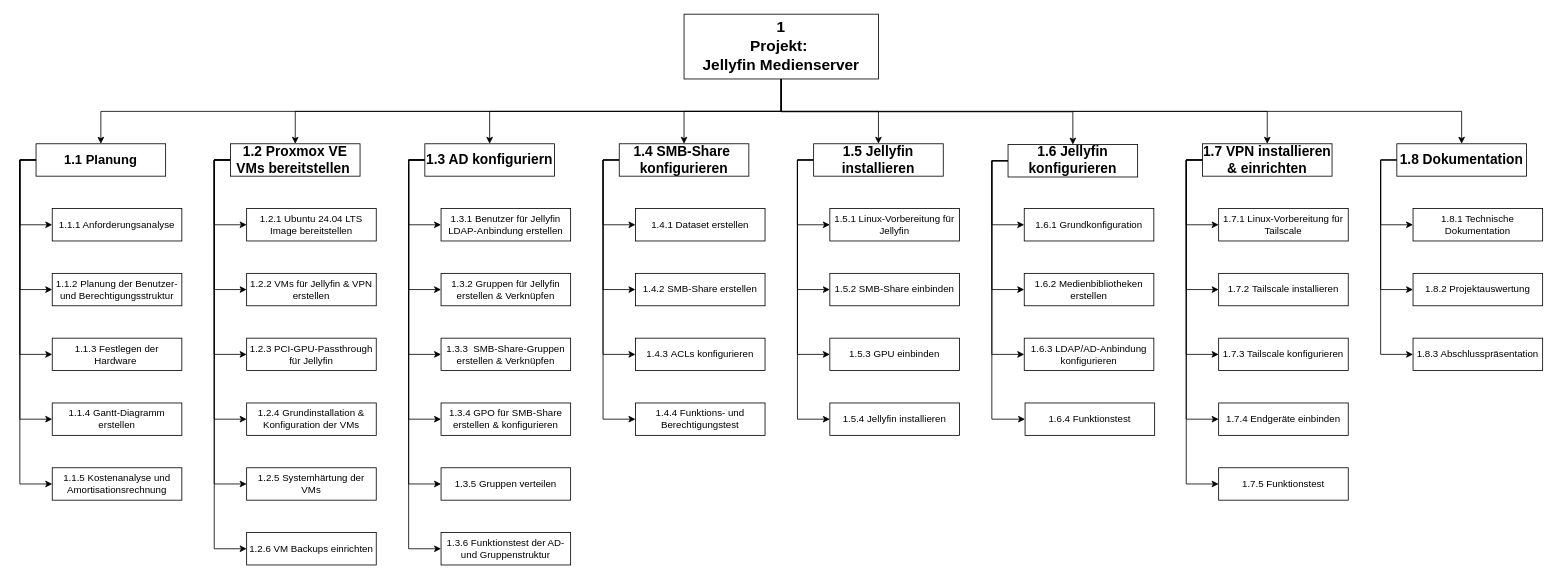
Earlier version of the draw.io diagram Schulprojekt/Projektstrukturplan_Thomas_Hartl.drawio (Hartl14/Projects). Source tidied: cells renumbered, new cells numbered last; positions are measured from the earlier drawing's top-left corner, leaving out a move shared by most shapes. Both pictures are drawn from the tidied source at 81%, with x=0, y=0 at pixel (36, 14).
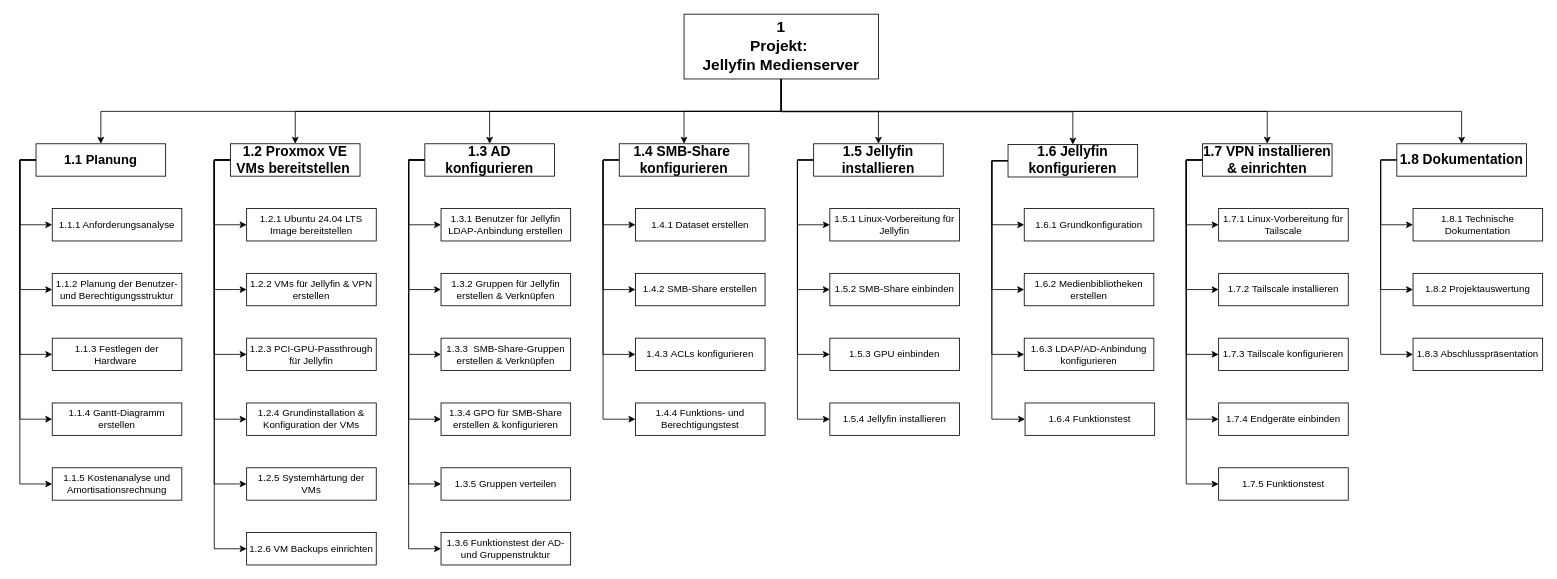
After the change.

What changed in the source:
```diff
@@
-    <mxCell id="21" value="1.3 AD konfiguriern" style="rounded=0;whiteSpace=wrap;html=1;fontSize=17;fontStyle=1;" parent="1" vertex="1">
+    <mxCell id="21" value="1.3 AD konfigurieren" style="rounded=0;whiteSpace=wrap;html=1;fontSize=17;fontStyle=1;" parent="1" vertex="1">
       <mxGeometry x="480" y="160" width="160" height="40" as="geometry" />
     </mxCell>
```
